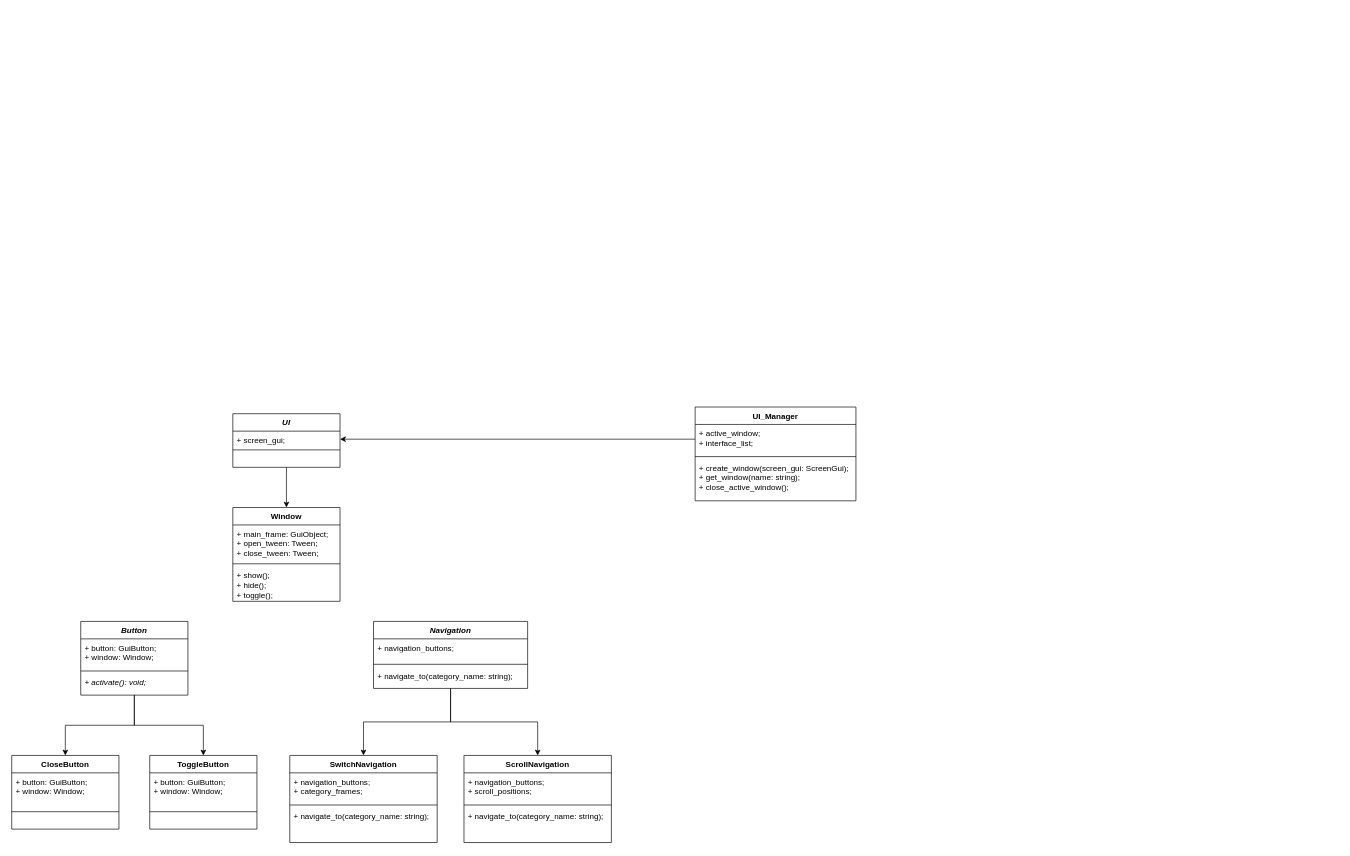
Earlier version of the draw.io diagram UI_Manager.drawio (olimaly/Diagrams). Source tidied: cells renumbered, new cells numbered last; positions are measured from the earlier drawing's top-left corner, leaving out a move shared by most shapes. Both pictures are drawn from the tidied source at 67%, with x=0, y=0 at pixel (11, 407).
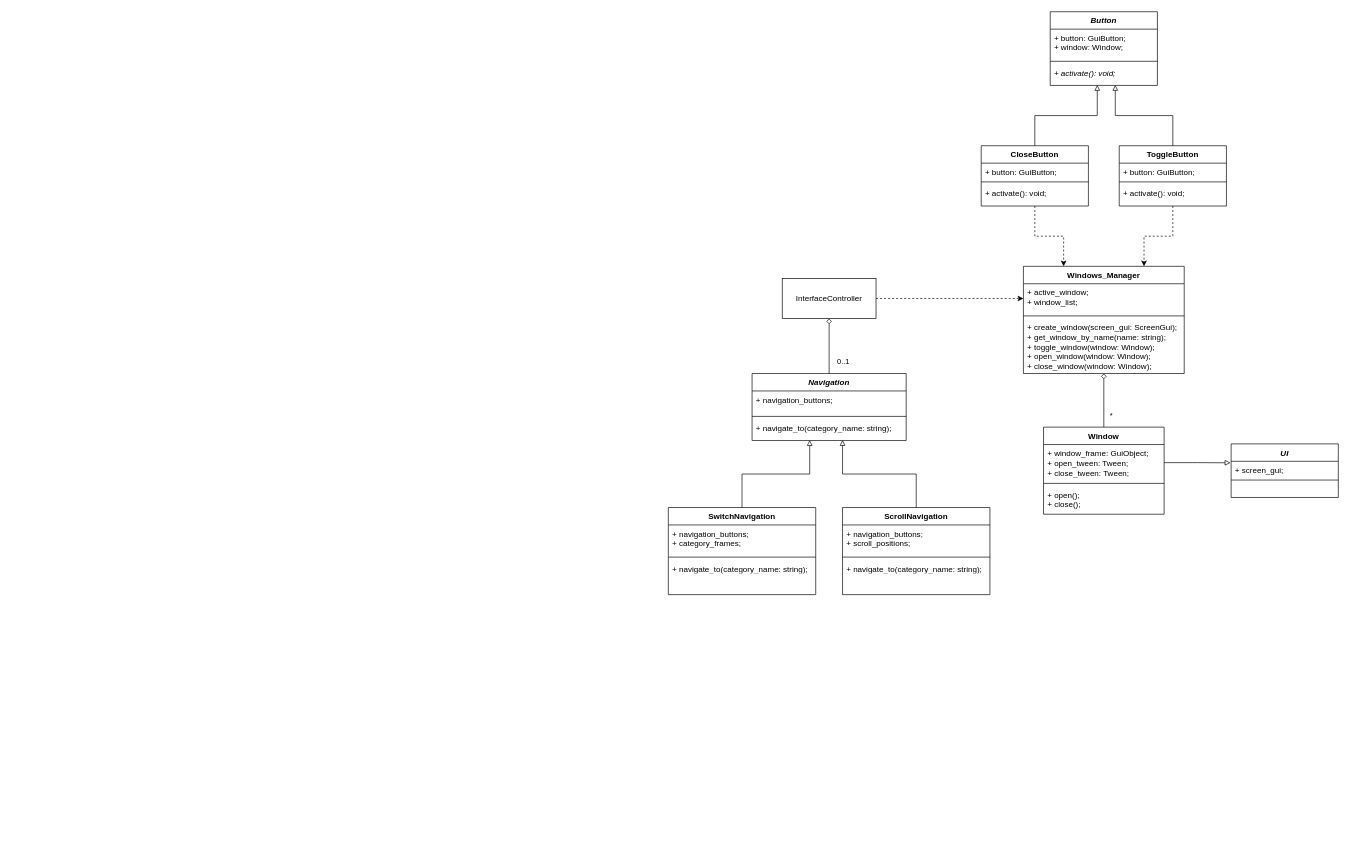
The same page after the edit.

Unchanged cells that the change refers to:
```xml
<mxCell id="4" value="&lt;div&gt;+ screen_gui;&lt;/div&gt;" style="text;strokeColor=none;fillColor=none;align=left;verticalAlign=top;spacingLeft=4;spacingRight=4;overflow=hidden;points=[[0,0.5],[1,0.5]];portConstraint=eastwest;whiteSpace=wrap;html=1;" parent="3" vertex="1">
  <mxGeometry y="26" width="160" height="24" as="geometry" />
</mxCell>
<mxCell id="24" value="&lt;div&gt;&lt;i&gt;+ activate(): void;&lt;/i&gt;&lt;/div&gt;" style="text;strokeColor=none;fillColor=none;align=left;verticalAlign=top;spacingLeft=4;spacingRight=4;overflow=hidden;points=[[0,0.5],[1,0.5]];portConstraint=eastwest;whiteSpace=wrap;html=1;" parent="21" vertex="1">
  <mxGeometry y="78" width="160" height="32" as="geometry" />
</mxCell>
<mxCell id="30" value="&lt;div&gt;+ navigate_to(category_name: string);&lt;/div&gt;" style="text;strokeColor=none;fillColor=none;align=left;verticalAlign=top;spacingLeft=4;spacingRight=4;overflow=hidden;points=[[0,0.5],[1,0.5]];portConstraint=eastwest;whiteSpace=wrap;html=1;" parent="27" vertex="1">
  <mxGeometry y="68" width="230" height="32" as="geometry" />
</mxCell>
```

What changed in the source:
```diff
@@
-    <mxCell id="2" style="edgeStyle=orthogonalEdgeStyle;rounded=0;jettySize=auto;html=1;entryX=0.5;entryY=0;entryDx=0;entryDy=0;" parent="1" edge="1" source="3" target="7">
-      <mxGeometry relative="1" as="geometry" />
-    </mxCell>
     <mxCell id="3" value="&lt;i&gt;UI&lt;/i&gt;" style="swimlane;fontStyle=1;align=center;verticalAlign=top;horizontal=1;startSize=26;whiteSpace=wrap;html=1;" parent="1" vertex="1">
-      <mxGeometry x="330" y="10" width="160" height="80" as="geometry" />
+      <mxGeometry x="1820" y="55" width="160" height="80" as="geometry" />
     </mxCell>
@@
     <mxCell id="7" value="Window" style="swimlane;fontStyle=1;align=center;verticalAlign=top;horizontal=1;startSize=26;whiteSpace=wrap;html=1;" parent="1" vertex="1">
-      <mxGeometry x="330" y="150" width="160" height="140" as="geometry" />
+      <mxGeometry x="1540" y="30" width="180" height="130" as="geometry" />
     </mxCell>
-    <mxCell id="8" value="&lt;div&gt;+ main_frame: GuiObject;&lt;/div&gt;&lt;div&gt;+ open_tween: Tween;&lt;/div&gt;&lt;div&gt;+ close_tween: Tween;&lt;/div&gt;" style="text;strokeColor=none;fillColor=none;align=left;verticalAlign=top;spacingLeft=4;spacingRight=4;overflow=hidden;points=[[0,0.5],[1,0.5]];portConstraint=eastwest;whiteSpace=wrap;html=1;" parent="7" vertex="1">
-      <mxGeometry y="26" width="160" height="54" as="geometry" />
+    <mxCell id="8" value="&lt;div&gt;+ window_frame: GuiObject;&lt;/div&gt;&lt;div&gt;+ open_tween: Tween;&lt;/div&gt;&lt;div&gt;+ close_tween: Tween;&lt;/div&gt;" style="text;strokeColor=none;fillColor=none;align=left;verticalAlign=top;spacingLeft=4;spacingRight=4;overflow=hidden;points=[[0,0.5],[1,0.5]];portConstraint=eastwest;whiteSpace=wrap;html=1;" parent="7" vertex="1">
+      <mxGeometry y="26" width="180" height="54" as="geometry" />
     </mxCell>
     <mxCell id="9" style="line;strokeWidth=1;fillColor=none;align=left;verticalAlign=middle;spacingTop=-1;spacingLeft=3;spacingRight=3;labelPosition=right;strokeColor=inherit;" parent="7" vertex="1">
-      <mxGeometry y="80" width="160" height="8" as="geometry" />
+      <mxGeometry y="80" width="180" height="8" as="geometry" />
     </mxCell>
-    <mxCell id="10" value="&lt;div&gt;+ show();&lt;/div&gt;&lt;div&gt;+ hide();&lt;/div&gt;&lt;div&gt;+ toggle();&lt;/div&gt;" style="text;strokeColor=none;fillColor=none;align=left;verticalAlign=top;spacingLeft=4;spacingRight=4;overflow=hidden;whiteSpace=wrap;html=1;" parent="7" vertex="1">
-      <mxGeometry y="88" width="160" height="52" as="geometry" />
+    <mxCell id="10" value="&lt;div&gt;+ open();&lt;/div&gt;&lt;div&gt;+ close();&lt;/div&gt;" style="text;strokeColor=none;fillColor=none;align=left;verticalAlign=top;spacingLeft=4;spacingRight=4;overflow=hidden;whiteSpace=wrap;html=1;" parent="7" vertex="1">
+      <mxGeometry y="88" width="180" height="42" as="geometry" />
     </mxCell>
+    <mxCell id="44" style="edgeStyle=orthogonalEdgeStyle;rounded=0;jettySize=auto;html=1;entryX=0.25;entryY=0;entryDx=0;entryDy=0;dashed=1;" parent="1" edge="1" source="11" target="39">
+      <mxGeometry relative="1" as="geometry" />
+    </mxCell>
     <mxCell id="11" value="CloseButton" style="swimlane;fontStyle=1;align=center;verticalAlign=top;horizontal=1;startSize=26;whiteSpace=wrap;html=1;" parent="1" vertex="1">
-      <mxGeometry y="520" width="160" height="110" as="geometry" />
+      <mxGeometry x="1447" y="-390" width="160" height="90" as="geometry" />
     </mxCell>
-    <mxCell id="12" value="&lt;div&gt;+ button: GuiButton;&lt;/div&gt;&lt;div&gt;+ window: Window;&lt;/div&gt;" style="text;strokeColor=none;fillColor=none;align=left;verticalAlign=top;spacingLeft=4;spacingRight=4;overflow=hidden;whiteSpace=wrap;html=1;" parent="11" vertex="1">
-      <mxGeometry y="26" width="160" height="54" as="geometry" />
+    <mxCell id="12" value="&lt;div&gt;+ button: GuiButton;&lt;/div&gt;&lt;div&gt;&lt;br&gt;&lt;/div&gt;" style="text;strokeColor=none;fillColor=none;align=left;verticalAlign=top;spacingLeft=4;spacingRight=4;overflow=hidden;whiteSpace=wrap;html=1;" parent="11" vertex="1">
+      <mxGeometry y="26" width="160" height="24" as="geometry" />
     </mxCell>
     <mxCell id="13" style="line;strokeWidth=1;fillColor=none;align=left;verticalAlign=middle;spacingTop=-1;spacingLeft=3;spacingRight=3;labelPosition=right;strokeColor=inherit;" parent="11" vertex="1">
-      <mxGeometry y="80" width="160" height="8" as="geometry" />
+      <mxGeometry y="50" width="160" height="8" as="geometry" />
     </mxCell>
-    <mxCell id="14" value="&lt;div&gt;&lt;br&gt;&lt;/div&gt;&lt;div&gt;&lt;br&gt;&lt;/div&gt;" style="text;strokeColor=none;fillColor=none;align=left;verticalAlign=top;spacingLeft=4;spacingRight=4;overflow=hidden;whiteSpace=wrap;html=1;" parent="11" vertex="1">
-      <mxGeometry y="88" width="160" height="22" as="geometry" />
+    <mxCell id="14" value="+ activate(): void;" style="text;strokeColor=none;fillColor=none;align=left;verticalAlign=top;spacingLeft=4;spacingRight=4;overflow=hidden;whiteSpace=wrap;html=1;" parent="11" vertex="1">
+      <mxGeometry y="58" width="160" height="32" as="geometry" />
     </mxCell>
+    <mxCell id="45" style="edgeStyle=orthogonalEdgeStyle;rounded=0;jettySize=auto;html=1;entryX=0.75;entryY=0;entryDx=0;entryDy=0;dashed=1;" parent="1" edge="1" source="15" target="39">
+      <mxGeometry relative="1" as="geometry" />
+    </mxCell>
     <mxCell id="15" value="ToggleButton" style="swimlane;fontStyle=1;align=center;verticalAlign=top;horizontal=1;startSize=26;whiteSpace=wrap;html=1;" parent="1" vertex="1">
-      <mxGeometry x="206" y="520" width="160" height="110" as="geometry" />
+      <mxGeometry x="1653" y="-390" width="160" height="90" as="geometry" />
     </mxCell>
-    <mxCell id="16" value="&lt;div&gt;+ button: GuiButton;&lt;/div&gt;&lt;div&gt;+ window: Window;&lt;/div&gt;" style="text;strokeColor=none;fillColor=none;align=left;verticalAlign=top;spacingLeft=4;spacingRight=4;overflow=hidden;whiteSpace=wrap;html=1;" parent="15" vertex="1">
-      <mxGeometry y="26" width="160" height="54" as="geometry" />
+    <mxCell id="16" value="&lt;div&gt;+ button: GuiButton;&lt;/div&gt;&lt;div&gt;&lt;br&gt;&lt;/div&gt;" style="text;strokeColor=none;fillColor=none;align=left;verticalAlign=top;spacingLeft=4;spacingRight=4;overflow=hidden;whiteSpace=wrap;html=1;" parent="15" vertex="1">
+      <mxGeometry y="26" width="160" height="24" as="geometry" />
     </mxCell>
     <mxCell id="17" style="line;strokeWidth=1;fillColor=none;align=left;verticalAlign=middle;spacingTop=-1;spacingLeft=3;spacingRight=3;labelPosition=right;strokeColor=inherit;" parent="15" vertex="1">
-      <mxGeometry y="80" width="160" height="8" as="geometry" />
+      <mxGeometry y="50" width="160" height="8" as="geometry" />
     </mxCell>
-    <mxCell id="18" value="&lt;div&gt;&lt;br&gt;&lt;/div&gt;&lt;div&gt;&lt;br&gt;&lt;/div&gt;" style="text;strokeColor=none;fillColor=none;align=left;verticalAlign=top;spacingLeft=4;spacingRight=4;overflow=hidden;whiteSpace=wrap;html=1;" parent="15" vertex="1">
-      <mxGeometry y="88" width="160" height="22" as="geometry" />
+    <mxCell id="18" value="&lt;div&gt;+ activate(): void;&lt;/div&gt;" style="text;strokeColor=none;fillColor=none;align=left;verticalAlign=top;spacingLeft=4;spacingRight=4;overflow=hidden;whiteSpace=wrap;html=1;" parent="15" vertex="1">
+      <mxGeometry y="58" width="160" height="32" as="geometry" />
     </mxCell>
-    <mxCell id="19" style="edgeStyle=orthogonalEdgeStyle;rounded=0;jettySize=auto;html=1;entryX=0.5;entryY=0;entryDx=0;entryDy=0;" parent="1" edge="1" source="21" target="15">
-      <mxGeometry relative="1" as="geometry" />
-    </mxCell>
-    <mxCell id="20" style="edgeStyle=orthogonalEdgeStyle;rounded=0;jettySize=auto;html=1;entryX=0.5;entryY=0;entryDx=0;entryDy=0;" parent="1" edge="1" source="21" target="11">
-      <mxGeometry relative="1" as="geometry" />
-    </mxCell>
     <mxCell id="21" value="&lt;i&gt;Button&lt;/i&gt;" style="swimlane;fontStyle=1;align=center;verticalAlign=top;horizontal=1;startSize=26;whiteSpace=wrap;html=1;" parent="1" vertex="1">
-      <mxGeometry x="103" y="320" width="160" height="110" as="geometry" />
+      <mxGeometry x="1550" y="-590" width="160" height="110" as="geometry" />
     </mxCell>
@@
-    <mxCell id="25" style="edgeStyle=orthogonalEdgeStyle;rounded=0;jettySize=auto;html=1;entryX=0.5;entryY=0;entryDx=0;entryDy=0;" parent="1" edge="1" source="27" target="35">
-      <mxGeometry relative="1" as="geometry" />
-    </mxCell>
-    <mxCell id="26" style="edgeStyle=orthogonalEdgeStyle;rounded=0;jettySize=auto;html=1;" parent="1" edge="1" source="27" target="31">
-      <mxGeometry relative="1" as="geometry" />
-    </mxCell>
     <mxCell id="27" value="&lt;i&gt;Navigation&lt;/i&gt;" style="swimlane;fontStyle=1;align=center;verticalAlign=top;horizontal=1;startSize=26;whiteSpace=wrap;html=1;" parent="1" vertex="1">
-      <mxGeometry x="540" y="320" width="230" height="100" as="geometry" />
+      <mxGeometry x="1105" y="-50" width="230" height="100" as="geometry" />
     </mxCell>
@@
     <mxCell id="31" value="ScrollNavigation" style="swimlane;fontStyle=1;align=center;verticalAlign=top;horizontal=1;startSize=26;whiteSpace=wrap;html=1;" parent="1" vertex="1">
-      <mxGeometry x="675" y="520" width="220" height="130" as="geometry" />
+      <mxGeometry x="1240" y="150" width="220" height="130" as="geometry" />
     </mxCell>
@@
     <mxCell id="35" value="SwitchNavigation" style="swimlane;fontStyle=1;align=center;verticalAlign=top;horizontal=1;startSize=26;whiteSpace=wrap;html=1;" parent="1" vertex="1">
-      <mxGeometry x="415" y="520" width="220" height="130" as="geometry" />
+      <mxGeometry x="980" y="150" width="220" height="130" as="geometry" />
     </mxCell>
@@
+    <mxCell id="46" style="edgeStyle=orthogonalEdgeStyle;rounded=0;jettySize=auto;html=1;endArrow=none;endFill=0;startArrow=diamond;startFill=0;" parent="1" edge="1" source="39" target="7">
+      <mxGeometry relative="1" as="geometry" />
+    </mxCell>
+    <mxCell id="47" value="*" style="edgeLabel;html=1;align=center;verticalAlign=middle;" parent="46" vertex="1">
+      <mxGeometry x="0.55" y="3" relative="1" as="geometry">
+        <mxPoint x="7" as="offset" />
+      </mxGeometry>
+    </mxCell>
-    <mxCell id="39" value="UI_Manager" style="swimlane;fontStyle=1;align=center;verticalAlign=top;horizontal=1;startSize=26;whiteSpace=wrap;html=1;" parent="1" vertex="1">
-      <mxGeometry x="1020" width="240" height="140" as="geometry" />
+    <mxCell id="39" value="Windows_Manager" style="swimlane;fontStyle=1;align=center;verticalAlign=top;horizontal=1;startSize=26;whiteSpace=wrap;html=1;" parent="1" vertex="1">
+      <mxGeometry x="1510" y="-210" width="240" height="160" as="geometry" />
     </mxCell>
-    <mxCell id="40" value="&lt;div&gt;+ active_window;&lt;/div&gt;&lt;div&gt;+ interface_list;&lt;/div&gt;" style="text;strokeColor=none;fillColor=none;align=left;verticalAlign=top;spacingLeft=4;spacingRight=4;overflow=hidden;points=[[0,0.5],[1,0.5]];portConstraint=eastwest;whiteSpace=wrap;html=1;" parent="39" vertex="1">
+    <mxCell id="40" value="&lt;div&gt;+ active_window;&lt;/div&gt;&lt;div&gt;+ window_list;&lt;/div&gt;" style="text;strokeColor=none;fillColor=none;align=left;verticalAlign=top;spacingLeft=4;spacingRight=4;overflow=hidden;points=[[0,0.5],[1,0.5]];portConstraint=eastwest;whiteSpace=wrap;html=1;" parent="39" vertex="1">
       <mxGeometry y="26" width="240" height="44" as="geometry" />
     </mxCell>
@@
-    <mxCell id="42" value="&lt;div&gt;+ create_window(screen_gui: ScreenGui);&lt;/div&gt;&lt;div&gt;+ get_window(name: string);&lt;/div&gt;&lt;div&gt;+ close_active_window();&lt;/div&gt;" style="text;strokeColor=none;fillColor=none;align=left;verticalAlign=top;spacingLeft=4;spacingRight=4;overflow=hidden;whiteSpace=wrap;html=1;" parent="39" vertex="1">
-      <mxGeometry y="78" width="240" height="62" as="geometry" />
+    <mxCell id="42" value="&lt;div&gt;+ create_window(screen_gui: ScreenGui);&lt;/div&gt;&lt;div&gt;+ get_window_by_name(name: string);&lt;/div&gt;&lt;div&gt;+ toggle_window(window: Window);&lt;/div&gt;&lt;div&gt;+ open_window(window: Window);&lt;/div&gt;&lt;div&gt;+ close_window(window: Window);&lt;/div&gt;" style="text;strokeColor=none;fillColor=none;align=left;verticalAlign=top;spacingLeft=4;spacingRight=4;overflow=hidden;whiteSpace=wrap;html=1;" parent="39" vertex="1">
+      <mxGeometry y="78" width="240" height="82" as="geometry" />
     </mxCell>
-    <mxCell id="43" style="edgeStyle=orthogonalEdgeStyle;rounded=0;jettySize=auto;html=1;entryX=1;entryY=0.5;entryDx=0;entryDy=0;" parent="1" edge="1" source="40" target="4">
-      <mxGeometry relative="1" as="geometry" />
-    </mxCell>
+    <mxCell id="48" style="edgeStyle=orthogonalEdgeStyle;rounded=0;jettySize=auto;html=1;entryX=0.439;entryY=0.977;entryDx=0;entryDy=0;entryPerimeter=0;endArrow=block;endFill=0;" parent="1" edge="1" source="11" target="24">
+      <mxGeometry relative="1" as="geometry" />
+    </mxCell>
+    <mxCell id="49" style="edgeStyle=orthogonalEdgeStyle;rounded=0;jettySize=auto;html=1;entryX=0.607;entryY=0.977;entryDx=0;entryDy=0;entryPerimeter=0;endArrow=block;endFill=0;" parent="1" edge="1" source="15" target="24">
+      <mxGeometry relative="1" as="geometry" />
+    </mxCell>
+    <mxCell id="50" style="edgeStyle=orthogonalEdgeStyle;rounded=0;jettySize=auto;html=1;entryX=0.374;entryY=0.977;entryDx=0;entryDy=0;entryPerimeter=0;endArrow=block;endFill=0;" parent="1" edge="1" source="35" target="30">
+      <mxGeometry relative="1" as="geometry" />
+    </mxCell>
+    <mxCell id="51" style="edgeStyle=orthogonalEdgeStyle;rounded=0;jettySize=auto;html=1;entryX=0.587;entryY=0.977;entryDx=0;entryDy=0;entryPerimeter=0;endArrow=block;endFill=0;" parent="1" edge="1" source="31" target="30">
+      <mxGeometry relative="1" as="geometry" />
+    </mxCell>
+    <mxCell id="52" style="edgeStyle=orthogonalEdgeStyle;rounded=0;jettySize=auto;html=1;entryX=-0.006;entryY=0.094;entryDx=0;entryDy=0;entryPerimeter=0;endArrow=block;endFill=0;" parent="1" edge="1" source="8" target="4">
+      <mxGeometry relative="1" as="geometry" />
+    </mxCell>
+    <mxCell id="53" style="edgeStyle=orthogonalEdgeStyle;rounded=0;jettySize=auto;html=1;entryX=0;entryY=0.5;entryDx=0;entryDy=0;dashed=1;" parent="1" edge="1" source="56" target="40">
+      <mxGeometry relative="1" as="geometry" />
+    </mxCell>
+    <mxCell id="54" style="edgeStyle=orthogonalEdgeStyle;rounded=0;jettySize=auto;html=1;entryX=0.5;entryY=0;entryDx=0;entryDy=0;endArrow=none;endFill=0;startArrow=diamond;startFill=0;" parent="1" edge="1" source="56" target="27">
+      <mxGeometry relative="1" as="geometry" />
+    </mxCell>
+    <mxCell id="55" value="0..1" style="edgeLabel;html=1;align=center;verticalAlign=middle;" parent="54" vertex="1">
+      <mxGeometry x="0.5" y="3" relative="1" as="geometry">
+        <mxPoint x="17" y="1" as="offset" />
+      </mxGeometry>
+    </mxCell>
+    <mxCell id="56" value="InterfaceController" style="html=1;whiteSpace=wrap;" parent="1" vertex="1">
+      <mxGeometry x="1150" y="-192" width="140" height="60" as="geometry" />
+    </mxCell>
```
